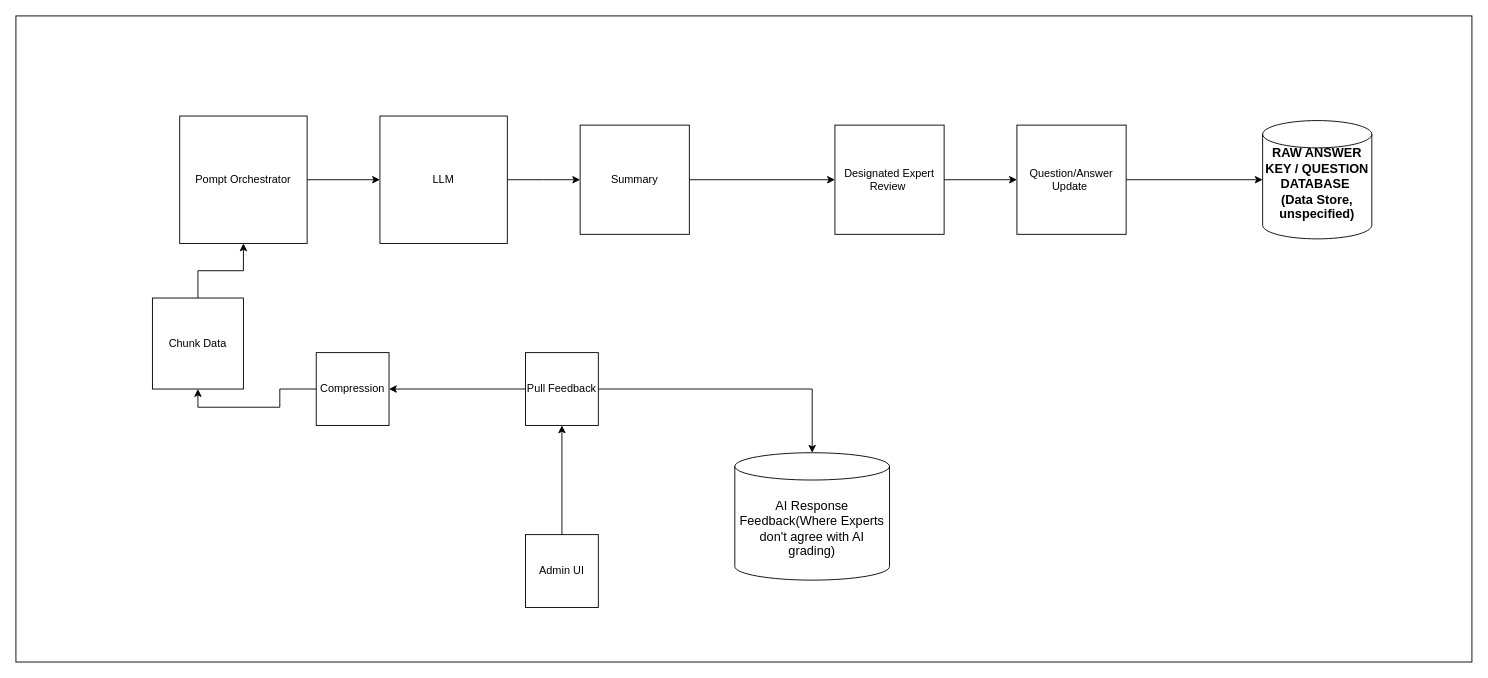
Before: diagrams/admin-expert-ai-refinement.drawio in mmat1/skynet-ai-2025, a draw.io diagram. Source tidied: cells renumbered, new cells numbered last; positions are measured from the earlier drawing's top-left corner, leaving out a move shared by most shapes. Both pictures are drawn from the tidied source at 91%, with x=0, y=0 at pixel (15, 15).
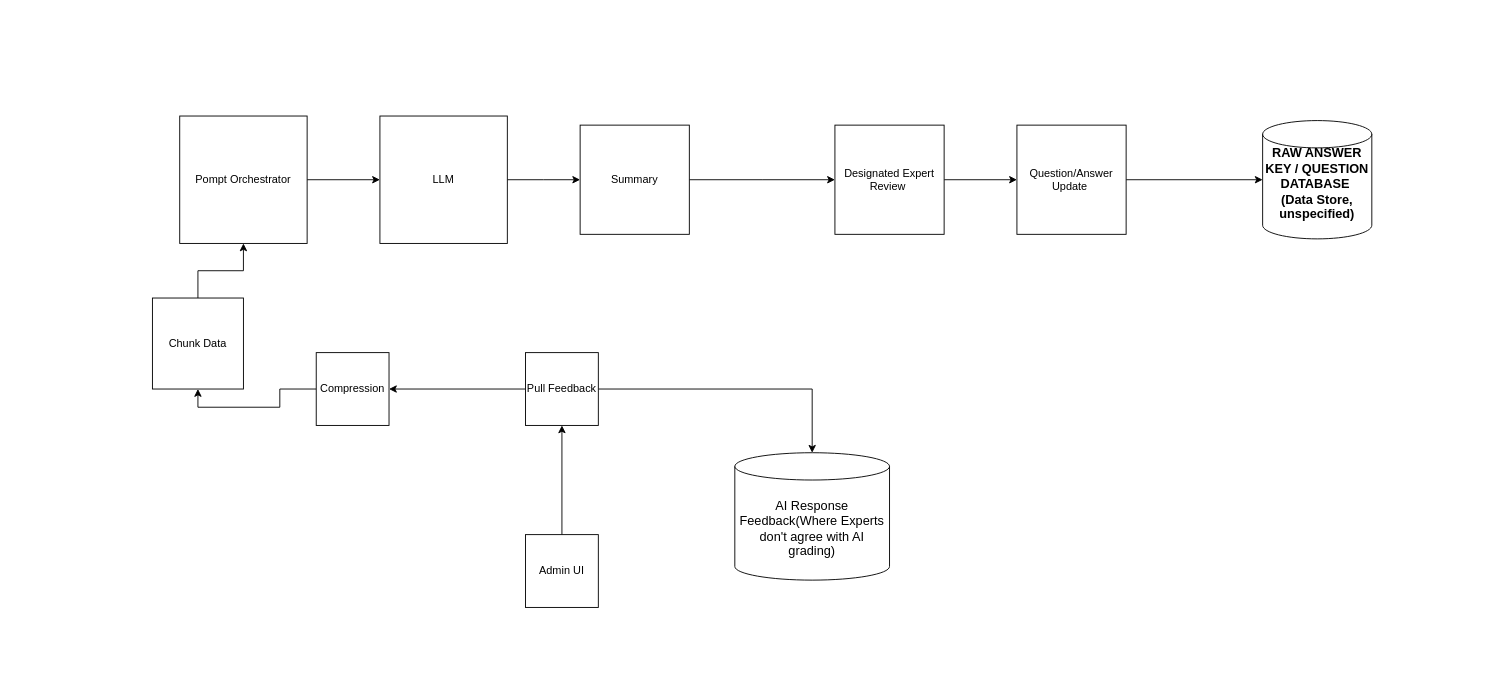
The same diagram, later.

Diff of the diagram source:
```diff
@@
-    <mxCell id="2" style="rounded=0;whiteSpace=wrap;html=1;" parent="1" vertex="1">
-      <mxGeometry width="1600" height="710" as="geometry" />
-    </mxCell>
```
